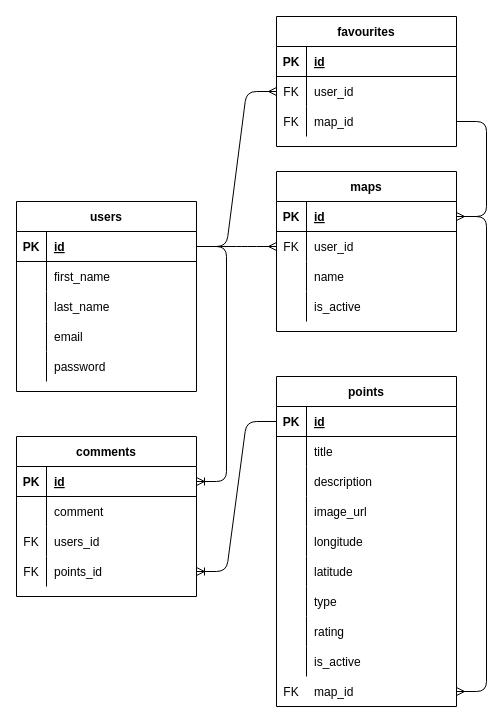
This is planning/midterm_ERD.drawio from StewartMck/mapit, a draw.io file, before an edit. Source tidied: cells renumbered, new cells numbered last; positions are measured from the earlier drawing's top-left corner, leaving out a move shared by most shapes. Both pictures are drawn from the tidied source at 100%, with x=0, y=0 at pixel (16, 16).
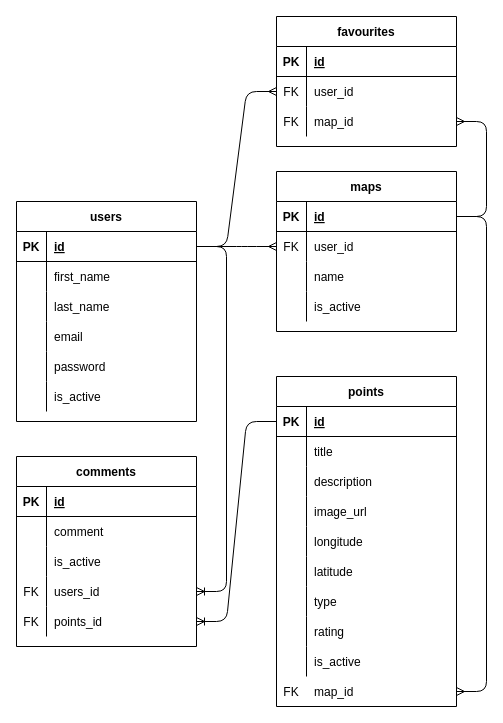
The same diagram, later.

Unchanged cells that the change refers to:
```xml
<mxCell id="3" style="shape=partialRectangle;fillColor=none;top=0;left=0;bottom=1;right=0;points=[[0,0.5],[1,0.5]];portConstraint=eastwest;" parent="2" vertex="1">
  <mxGeometry y="30" width="180" height="30" as="geometry" />
</mxCell>
<mxCell id="38" style="shape=partialRectangle;fillColor=none;top=0;left=0;bottom=0;right=0;points=[[0,0.5],[1,0.5]];portConstraint=eastwest;" parent="31" vertex="1">
  <mxGeometry y="90" width="180" height="30" as="geometry" />
</mxCell>
<mxCell id="75" style="shape=partialRectangle;fillColor=none;top=0;left=0;bottom=1;right=0;points=[[0,0.5],[1,0.5]];portConstraint=eastwest;" parent="74" vertex="1">
  <mxGeometry y="30" width="180" height="30" as="geometry" />
</mxCell>
```

The edit, as a diff of the source:
```diff
@@
     <mxCell id="15" value="users" style="shape=table;startSize=30;childLayout=tableLayout;rowLines=0;fontStyle=1;align=center;" parent="1" vertex="1">
-      <mxGeometry y="185" width="180" height="190" as="geometry" />
+      <mxGeometry y="185" width="180" height="220" as="geometry" />
     </mxCell>
@@
+    <mxCell id="92" style="shape=partialRectangle;fillColor=none;top=0;left=0;bottom=0;right=0;" parent="15" vertex="1">
+      <mxGeometry y="180" width="180" height="30" as="geometry" />
+    </mxCell>
+    <mxCell id="93" style="shape=partialRectangle;fillColor=none;top=0;left=0;bottom=0;right=0;overflow=hidden;" parent="92" vertex="1">
+      <mxGeometry width="30" height="30" as="geometry" />
+    </mxCell>
+    <mxCell id="94" value="is_active" style="shape=partialRectangle;fillColor=none;top=0;left=0;bottom=0;right=0;align=left;spacingLeft=6;overflow=hidden;" parent="92" vertex="1">
+      <mxGeometry x="30" width="150" height="30" as="geometry" />
+    </mxCell>
@@
-    <mxCell id="72" style="edgeStyle=entityRelationEdgeStyle;fontSize=12;html=1;endArrow=ERmany;exitX=1;exitY=0.5;exitDx=0;exitDy=0;entryX=1;entryY=0.5;entryDx=0;entryDy=0;" parent="1" edge="1" source="38" target="3">
-      <mxGeometry relative="1" as="geometry" />
+    <mxCell id="72" style="edgeStyle=entityRelationEdgeStyle;fontSize=12;html=1;endArrow=ERmany;entryX=1;entryY=0.5;entryDx=0;entryDy=0;" parent="1" edge="1" target="38">
+      <mxGeometry relative="1" as="geometry">
+        <mxPoint x="440" y="200" as="sourcePoint" />
+      </mxGeometry>
     </mxCell>
@@
     <mxCell id="74" value="comments" style="shape=table;startSize=30;childLayout=tableLayout;rowLines=0;fontStyle=1;align=center;" parent="1" vertex="1">
-      <mxGeometry y="420" width="180" height="160" as="geometry" />
+      <mxGeometry y="440" width="180" height="190" as="geometry" />
     </mxCell>
@@
+    <mxCell id="95" style="shape=partialRectangle;fillColor=none;top=0;left=0;bottom=0;right=0;" parent="74" vertex="1">
+      <mxGeometry y="90" width="180" height="30" as="geometry" />
+    </mxCell>
+    <mxCell id="96" style="shape=partialRectangle;fillColor=none;top=0;left=0;bottom=0;right=0;overflow=hidden;" parent="95" vertex="1">
+      <mxGeometry width="30" height="30" as="geometry" />
+    </mxCell>
+    <mxCell id="97" value="is_active" style="shape=partialRectangle;fillColor=none;top=0;left=0;bottom=0;right=0;align=left;spacingLeft=6;overflow=hidden;" parent="95" vertex="1">
+      <mxGeometry x="30" width="150" height="30" as="geometry" />
+    </mxCell>
     <mxCell id="81" style="shape=partialRectangle;fillColor=none;top=0;left=0;bottom=0;right=0;points=[[0,0.5],[1,0.5]];portConstraint=eastwest;" parent="74" vertex="1">
-      <mxGeometry y="90" width="180" height="30" as="geometry" />
+      <mxGeometry y="120" width="180" height="30" as="geometry" />
     </mxCell>
@@
     <mxCell id="84" style="shape=partialRectangle;fillColor=none;top=0;left=0;bottom=0;right=0;points=[[0,0.5],[1,0.5]];portConstraint=eastwest;" parent="74" vertex="1">
-      <mxGeometry y="120" width="180" height="30" as="geometry" />
+      <mxGeometry y="150" width="180" height="30" as="geometry" />
     </mxCell>
@@
-    <mxCell id="87" style="edgeStyle=entityRelationEdgeStyle;fontSize=12;html=1;endArrow=ERoneToMany;entryX=1;entryY=0.5;entryDx=0;entryDy=0;" parent="1" edge="1" target="75">
+    <mxCell id="87" style="edgeStyle=entityRelationEdgeStyle;fontSize=12;html=1;endArrow=ERoneToMany;entryX=1;entryY=0.5;entryDx=0;entryDy=0;" parent="1" edge="1" target="81">
       <mxGeometry relative="1" as="geometry">
         <mxPoint x="180" y="230" as="sourcePoint" />
       </mxGeometry>
     </mxCell>
```
